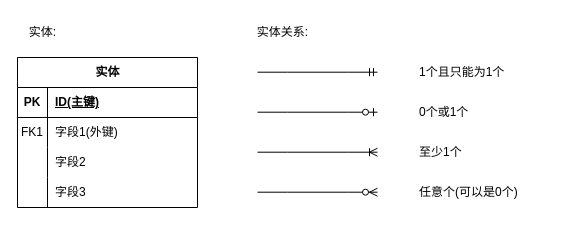
The draw.io diagram page "Crow's foot ERD示例图" (1 of 8) of ER图.drawio in 2302680972/lighteny_diagrams, before the edit. Source tidied: cells renumbered, new cells numbered last; positions are measured from the earlier drawing's top-left corner, leaving out a move shared by most shapes. Both pictures are drawn from the tidied source at 100%, with x=0, y=0 at pixel (17, 17).
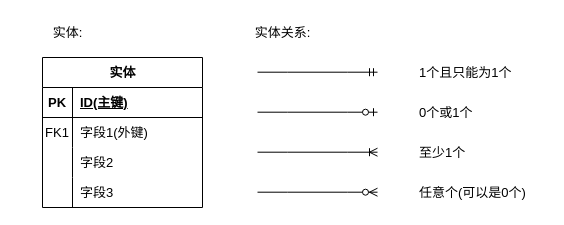
Above is the later version.

The edit, as a diff of the source:
```diff
@@
-    <mxCell id="2" value="实体" style="shape=table;startSize=30;childLayout=tableLayout;rowLines=0;fontStyle=1;align=center;html=1;" parent="1" vertex="1">
-      <mxGeometry y="40" width="180" height="150" as="geometry" />
+    <mxCell id="2" value="实体" style="shape=table;startSize=30;childLayout=tableLayout;rowLines=0;fontStyle=1;align=center;html=1;fontFamily=宋体;fontSize=13;" parent="1" vertex="1">
+      <mxGeometry x="25" y="40" width="160" height="150" as="geometry" />
     </mxCell>
-    <mxCell id="3" style="shape=tableRow;horizontal=0;startSize=0;swimlaneHead=0;swimlaneBody=0;fillColor=none;top=0;left=0;right=0;bottom=1;" parent="2" vertex="1">
-      <mxGeometry y="30" width="180" height="30" as="geometry" />
+    <mxCell id="3" style="shape=tableRow;horizontal=0;startSize=0;swimlaneHead=0;swimlaneBody=0;fillColor=none;top=0;left=0;right=0;bottom=1;fontFamily=宋体;fontSize=13;" parent="2" vertex="1">
+      <mxGeometry y="30" width="160" height="30" as="geometry" />
     </mxCell>
-    <mxCell id="4" value="PK" style="shape=partialRectangle;fillColor=none;top=0;left=0;bottom=0;right=0;fontStyle=1;overflow=hidden;whiteSpace=wrap;html=1;" parent="3" vertex="1">
+    <mxCell id="4" value="PK" style="shape=partialRectangle;fillColor=none;top=0;left=0;bottom=0;right=0;fontStyle=1;overflow=hidden;whiteSpace=wrap;html=1;fontFamily=宋体;fontSize=13;" parent="3" vertex="1">
       <mxGeometry width="30" height="30" as="geometry" />
     </mxCell>
-    <mxCell id="5" value="ID(主键)" style="shape=partialRectangle;fillColor=none;top=0;left=0;bottom=0;right=0;align=left;spacingLeft=6;fontStyle=5;overflow=hidden;whiteSpace=wrap;html=1;" parent="3" vertex="1">
-      <mxGeometry x="30" width="150" height="30" as="geometry" />
+    <mxCell id="5" value="ID(主键)" style="shape=partialRectangle;fillColor=none;top=0;left=0;bottom=0;right=0;align=left;spacingLeft=6;fontStyle=5;overflow=hidden;whiteSpace=wrap;html=1;fontFamily=宋体;fontSize=13;" parent="3" vertex="1">
+      <mxGeometry x="30" width="130" height="30" as="geometry" />
     </mxCell>
-    <mxCell id="6" style="shape=tableRow;horizontal=0;startSize=0;swimlaneHead=0;swimlaneBody=0;fillColor=none;top=0;left=0;right=0;bottom=0;" parent="2" vertex="1">
-      <mxGeometry y="60" width="180" height="30" as="geometry" />
+    <mxCell id="6" style="shape=tableRow;horizontal=0;startSize=0;swimlaneHead=0;swimlaneBody=0;fillColor=none;top=0;left=0;right=0;bottom=0;fontFamily=宋体;fontSize=13;" parent="2" vertex="1">
+      <mxGeometry y="60" width="160" height="30" as="geometry" />
     </mxCell>
-    <mxCell id="7" value="FK1" style="shape=partialRectangle;fillColor=none;top=0;left=0;bottom=0;right=0;overflow=hidden;whiteSpace=wrap;html=1;" parent="6" vertex="1">
+    <mxCell id="7" value="FK1" style="shape=partialRectangle;fillColor=none;top=0;left=0;bottom=0;right=0;overflow=hidden;whiteSpace=wrap;html=1;fontFamily=宋体;fontSize=13;" parent="6" vertex="1">
       <mxGeometry width="30" height="30" as="geometry" />
     </mxCell>
-    <mxCell id="8" value="字段1(外键)" style="shape=partialRectangle;fillColor=none;top=0;left=0;bottom=0;right=0;align=left;spacingLeft=6;overflow=hidden;whiteSpace=wrap;html=1;" parent="6" vertex="1">
-      <mxGeometry x="30" width="150" height="30" as="geometry" />
+    <mxCell id="8" value="字段1(外键)" style="shape=partialRectangle;fillColor=none;top=0;left=0;bottom=0;right=0;align=left;spacingLeft=6;overflow=hidden;whiteSpace=wrap;html=1;fontFamily=宋体;fontSize=13;" parent="6" vertex="1">
+      <mxGeometry x="30" width="130" height="30" as="geometry" />
     </mxCell>
-    <mxCell id="9" style="shape=tableRow;horizontal=0;startSize=0;swimlaneHead=0;swimlaneBody=0;fillColor=none;top=0;left=0;right=0;bottom=0;" parent="2" vertex="1">
-      <mxGeometry y="90" width="180" height="30" as="geometry" />
+    <mxCell id="9" style="shape=tableRow;horizontal=0;startSize=0;swimlaneHead=0;swimlaneBody=0;fillColor=none;top=0;left=0;right=0;bottom=0;fontFamily=宋体;fontSize=13;" parent="2" vertex="1">
+      <mxGeometry y="90" width="160" height="30" as="geometry" />
     </mxCell>
-    <mxCell id="10" style="shape=partialRectangle;fillColor=none;top=0;left=0;bottom=0;right=0;overflow=hidden;whiteSpace=wrap;html=1;" parent="9" vertex="1">
+    <mxCell id="10" style="shape=partialRectangle;fillColor=none;top=0;left=0;bottom=0;right=0;overflow=hidden;whiteSpace=wrap;html=1;fontFamily=宋体;fontSize=13;" parent="9" vertex="1">
       <mxGeometry width="30" height="30" as="geometry" />
     </mxCell>
-    <mxCell id="11" value="字段2" style="shape=partialRectangle;fillColor=none;top=0;left=0;bottom=0;right=0;align=left;spacingLeft=6;overflow=hidden;whiteSpace=wrap;html=1;" parent="9" vertex="1">
-      <mxGeometry x="30" width="150" height="30" as="geometry" />
+    <mxCell id="11" value="字段2" style="shape=partialRectangle;fillColor=none;top=0;left=0;bottom=0;right=0;align=left;spacingLeft=6;overflow=hidden;whiteSpace=wrap;html=1;fontFamily=宋体;fontSize=13;" parent="9" vertex="1">
+      <mxGeometry x="30" width="130" height="30" as="geometry" />
     </mxCell>
-    <mxCell id="12" style="shape=tableRow;horizontal=0;startSize=0;swimlaneHead=0;swimlaneBody=0;fillColor=none;top=0;left=0;right=0;bottom=0;" parent="2" vertex="1">
-      <mxGeometry y="120" width="180" height="30" as="geometry" />
+    <mxCell id="12" style="shape=tableRow;horizontal=0;startSize=0;swimlaneHead=0;swimlaneBody=0;fillColor=none;top=0;left=0;right=0;bottom=0;fontFamily=宋体;fontSize=13;" parent="2" vertex="1">
+      <mxGeometry y="120" width="160" height="30" as="geometry" />
     </mxCell>
-    <mxCell id="13" style="shape=partialRectangle;fillColor=none;top=0;left=0;bottom=0;right=0;overflow=hidden;whiteSpace=wrap;html=1;" parent="12" vertex="1">
+    <mxCell id="13" style="shape=partialRectangle;fillColor=none;top=0;left=0;bottom=0;right=0;overflow=hidden;whiteSpace=wrap;html=1;fontFamily=宋体;fontSize=13;" parent="12" vertex="1">
       <mxGeometry width="30" height="30" as="geometry" />
     </mxCell>
-    <mxCell id="14" value="字段3" style="shape=partialRectangle;fillColor=none;top=0;left=0;bottom=0;right=0;align=left;spacingLeft=6;overflow=hidden;whiteSpace=wrap;html=1;" parent="12" vertex="1">
-      <mxGeometry x="30" width="150" height="30" as="geometry" />
+    <mxCell id="14" value="字段3" style="shape=partialRectangle;fillColor=none;top=0;left=0;bottom=0;right=0;align=left;spacingLeft=6;overflow=hidden;whiteSpace=wrap;html=1;fontFamily=宋体;fontSize=13;" parent="12" vertex="1">
+      <mxGeometry x="30" width="130" height="30" as="geometry" />
     </mxCell>
-    <mxCell id="15" value="实体:" style="text;html=1;align=center;verticalAlign=middle;strokeColor=none;fillColor=none;" parent="1" vertex="1">
-      <mxGeometry width="50" height="30" as="geometry" />
+    <mxCell id="15" value="实体:" style="text;html=1;align=center;verticalAlign=middle;strokeColor=none;fillColor=none;fontFamily=宋体;fontSize=13;" parent="1" vertex="1">
+      <mxGeometry x="20" width="60" height="30" as="geometry" />
     </mxCell>
-    <mxCell id="16" value="实体关系:" style="text;html=1;align=center;verticalAlign=middle;strokeColor=none;fillColor=none;" parent="1" vertex="1">
-      <mxGeometry x="230" width="70" height="30" as="geometry" />
+    <mxCell id="16" value="实体关系:" style="text;html=1;align=center;verticalAlign=middle;strokeColor=none;fillColor=none;fontFamily=宋体;fontSize=13;" parent="1" vertex="1">
+      <mxGeometry x="225" width="80" height="30" as="geometry" />
     </mxCell>
-    <mxCell id="17" value="1个且只能为1个" style="text;html=1;align=left;verticalAlign=middle;strokeColor=none;fillColor=none;" parent="1" vertex="1">
-      <mxGeometry x="400" y="40" width="110" height="30" as="geometry" />
+    <mxCell id="17" value="1个且只能为1个" style="text;html=1;align=left;verticalAlign=middle;strokeColor=none;fillColor=none;fontFamily=宋体;fontSize=13;" parent="1" vertex="1">
+      <mxGeometry x="400" y="40" width="120" height="30" as="geometry" />
     </mxCell>
-    <mxCell id="18" style="edgeStyle=entityRelationEdgeStyle;fontSize=12;html=1;endArrow=ERmandOne;rounded=0;" parent="1" edge="1">
+    <mxCell id="18" style="edgeStyle=entityRelationEdgeStyle;fontSize=13;html=1;endArrow=ERmandOne;rounded=0;fontFamily=宋体;" parent="1" edge="1">
       <mxGeometry relative="1" as="geometry">
         <mxPoint x="240" y="54.7" as="sourcePoint" />
         <mxPoint x="360" y="54.7" as="targetPoint" />
       </mxGeometry>
     </mxCell>
-    <mxCell id="19" value="0个或1个" style="text;html=1;align=left;verticalAlign=middle;strokeColor=none;fillColor=none;" parent="1" vertex="1">
-      <mxGeometry x="400" y="80" width="70" height="30" as="geometry" />
+    <mxCell id="19" value="0个或1个" style="text;html=1;align=left;verticalAlign=middle;strokeColor=none;fillColor=none;fontFamily=宋体;fontSize=13;" parent="1" vertex="1">
+      <mxGeometry x="400" y="80" width="80" height="30" as="geometry" />
     </mxCell>
-    <mxCell id="20" style="edgeStyle=entityRelationEdgeStyle;fontSize=12;html=1;endArrow=ERzeroToOne;endFill=1;rounded=0;" parent="1" edge="1">
+    <mxCell id="20" style="edgeStyle=entityRelationEdgeStyle;fontSize=13;html=1;endArrow=ERzeroToOne;endFill=1;rounded=0;fontFamily=宋体;" parent="1" edge="1">
       <mxGeometry relative="1" as="geometry">
         <mxPoint x="240" y="94.7" as="sourcePoint" />
         <mxPoint x="360" y="94.7" as="targetPoint" />
       </mxGeometry>
     </mxCell>
-    <mxCell id="21" style="edgeStyle=entityRelationEdgeStyle;fontSize=12;html=1;endArrow=ERoneToMany;rounded=0;" parent="1" edge="1">
+    <mxCell id="21" style="edgeStyle=entityRelationEdgeStyle;fontSize=13;html=1;endArrow=ERoneToMany;rounded=0;fontFamily=宋体;" parent="1" edge="1">
       <mxGeometry relative="1" as="geometry">
         <mxPoint x="240" y="134.7" as="sourcePoint" />
         <mxPoint x="360" y="134.7" as="targetPoint" />
       </mxGeometry>
     </mxCell>
-    <mxCell id="22" value="至少1个" style="text;html=1;align=left;verticalAlign=middle;strokeColor=none;fillColor=none;" parent="1" vertex="1">
+    <mxCell id="22" value="至少1个" style="text;html=1;align=left;verticalAlign=middle;strokeColor=none;fillColor=none;fontFamily=宋体;fontSize=13;" parent="1" vertex="1">
       <mxGeometry x="400" y="120" width="70" height="30" as="geometry" />
     </mxCell>
-    <mxCell id="23" value="任意个(可以是0个)" style="text;html=1;align=left;verticalAlign=middle;strokeColor=none;fillColor=none;" parent="1" vertex="1">
-      <mxGeometry x="400" y="160" width="120" height="30" as="geometry" />
+    <mxCell id="23" value="任意个(可以是0个)" style="text;html=1;align=left;verticalAlign=middle;strokeColor=none;fillColor=none;fontFamily=宋体;fontSize=13;" parent="1" vertex="1">
+      <mxGeometry x="400" y="160" width="130" height="30" as="geometry" />
     </mxCell>
-    <mxCell id="24" style="edgeStyle=entityRelationEdgeStyle;fontSize=12;html=1;endArrow=ERzeroToMany;endFill=1;rounded=0;" parent="1" edge="1">
+    <mxCell id="24" style="edgeStyle=entityRelationEdgeStyle;fontSize=13;html=1;endArrow=ERzeroToMany;endFill=1;rounded=0;fontFamily=宋体;" parent="1" edge="1">
       <mxGeometry relative="1" as="geometry">
         <mxPoint x="240" y="174.7" as="sourcePoint" />
         <mxPoint x="360" y="174.7" as="targetPoint" />
       </mxGeometry>
     </mxCell>
```
